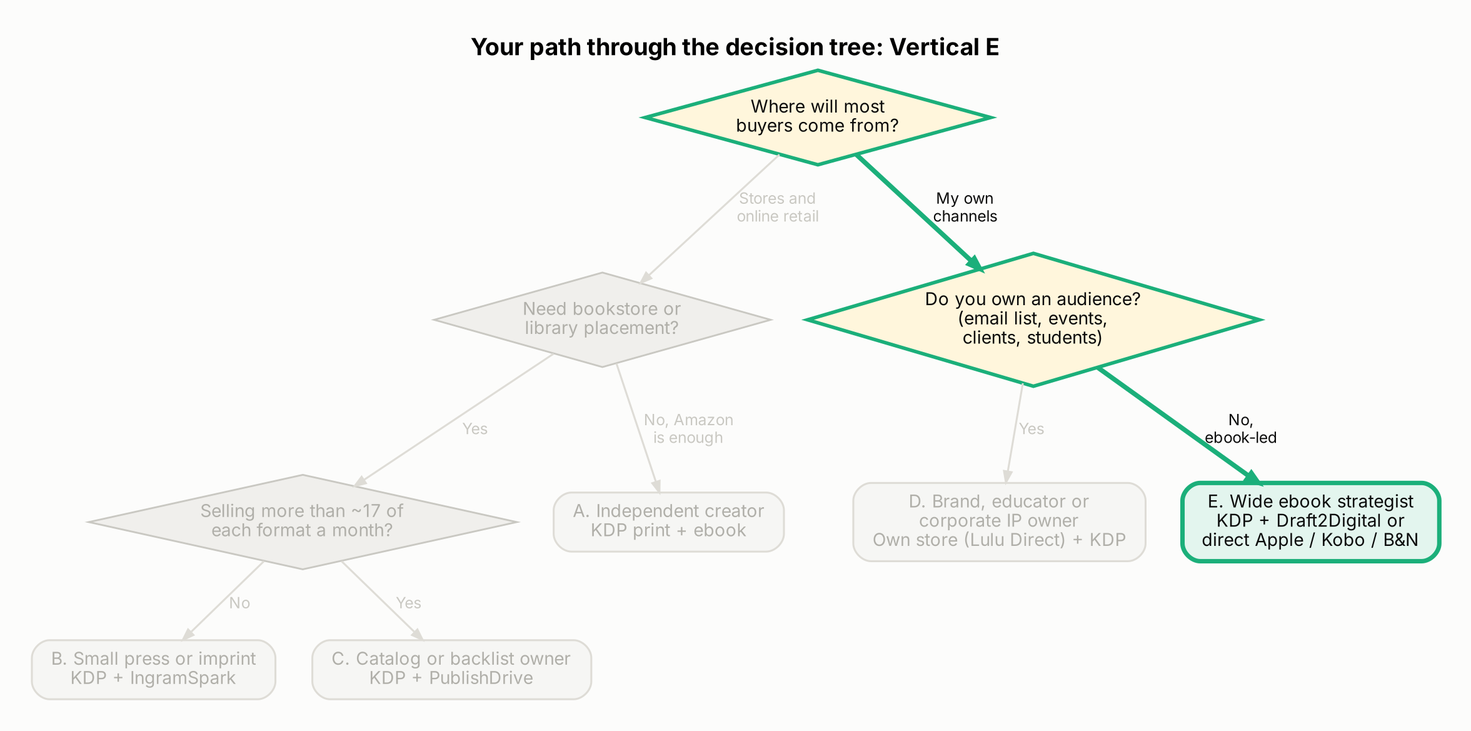
ShamarRobinson/ip-distribution-decision-verticals keeps this Graphviz diagram as diagrams/d2_path_E.png. Above is the earlier version. Its source is kept beside it as diagrams/d2_path_E.dot. Its diagram source:
```dot
digraph G { rankdir=TB; bgcolor="#fcfcfb"; pad=0.3; nodesep=0.35; ranksep=0.5;
labelloc=t; label=<<b>Your path through the decision tree: Vertical E</b>>; fontname="Inter"; fontsize=16;
node [fontname="Inter", fontsize=12, penwidth=1.3]; edge [fontname="Inter", fontsize=10.5, arrowsize=0.75];
q1 [label="Where will most
buyers come from?", shape=diamond, style=filled, fillcolor="#fff6dc", color="#1baf7a", fontcolor="#0b0b0b", margin="0.04,0.04", penwidth=2.4];
q2 [label="Need bookstore or
library placement?", shape=diamond, style=filled, fillcolor="#f0efec", color="#c9c8c2", fontcolor="#b0afa9", margin="0.04,0.04", penwidth=1.2];
q3 [label="Selling more than ~17 of
each format a month?", shape=diamond, style=filled, fillcolor="#f0efec", color="#c9c8c2", fontcolor="#b0afa9", margin="0.04,0.04", penwidth=1.2];
q4 [label="Do you own an audience?
(email list, events,
clients, students)", shape=diamond, style=filled, fillcolor="#fff6dc", color="#1baf7a", fontcolor="#0b0b0b", margin="0.04,0.04", penwidth=2.4];
A [label="A. Independent creator
KDP print + ebook", shape=box, style="rounded,filled", fillcolor="#f6f6f4", color="#dedcd6", fontcolor="#b0afa9", margin="0.18,0.1", penwidth=1.3];
B [label="B. Small press or imprint
KDP + IngramSpark", shape=box, style="rounded,filled", fillcolor="#f6f6f4", color="#dedcd6", fontcolor="#b0afa9", margin="0.18,0.1", penwidth=1.3];
C [label="C. Catalog or backlist owner
KDP + PublishDrive", shape=box, style="rounded,filled", fillcolor="#f6f6f4", color="#dedcd6", fontcolor="#b0afa9", margin="0.18,0.1", penwidth=1.3];
D [label="D. Brand, educator or
corporate IP owner
Own store (Lulu Direct) + KDP", shape=box, style="rounded,filled", fillcolor="#f6f6f4", color="#dedcd6", fontcolor="#b0afa9", margin="0.18,0.1", penwidth=1.3];
E [label="E. Wide ebook strategist
KDP + Draft2Digital or
direct Apple / Kobo / B&N", shape=box, style="rounded,filled", fillcolor="#e3f5ee", color="#1baf7a", fontcolor="#0b0b0b", margin="0.18,0.1", penwidth=3];
q1 -> q2 [label="Stores and
online retail", color="#dedcd6", fontcolor="#c9c8c2", penwidth=1.3];
q1 -> q4 [label="My own
channels", color="#1baf7a", fontcolor="#0b0b0b", penwidth=3.2];
q2 -> A [label="No, Amazon
is enough", color="#dedcd6", fontcolor="#c9c8c2", penwidth=1.3];
q2 -> q3 [label="Yes", color="#dedcd6", fontcolor="#c9c8c2", penwidth=1.3];
q3 -> B [label="No", color="#dedcd6", fontcolor="#c9c8c2", penwidth=1.3];
q3 -> C [label="Yes", color="#dedcd6", fontcolor="#c9c8c2", penwidth=1.3];
q4 -> D [label="Yes", color="#dedcd6", fontcolor="#c9c8c2", penwidth=1.3];
q4 -> E [label="No,
ebook-led", color="#1baf7a", fontcolor="#0b0b0b", penwidth=3.2];
}
```
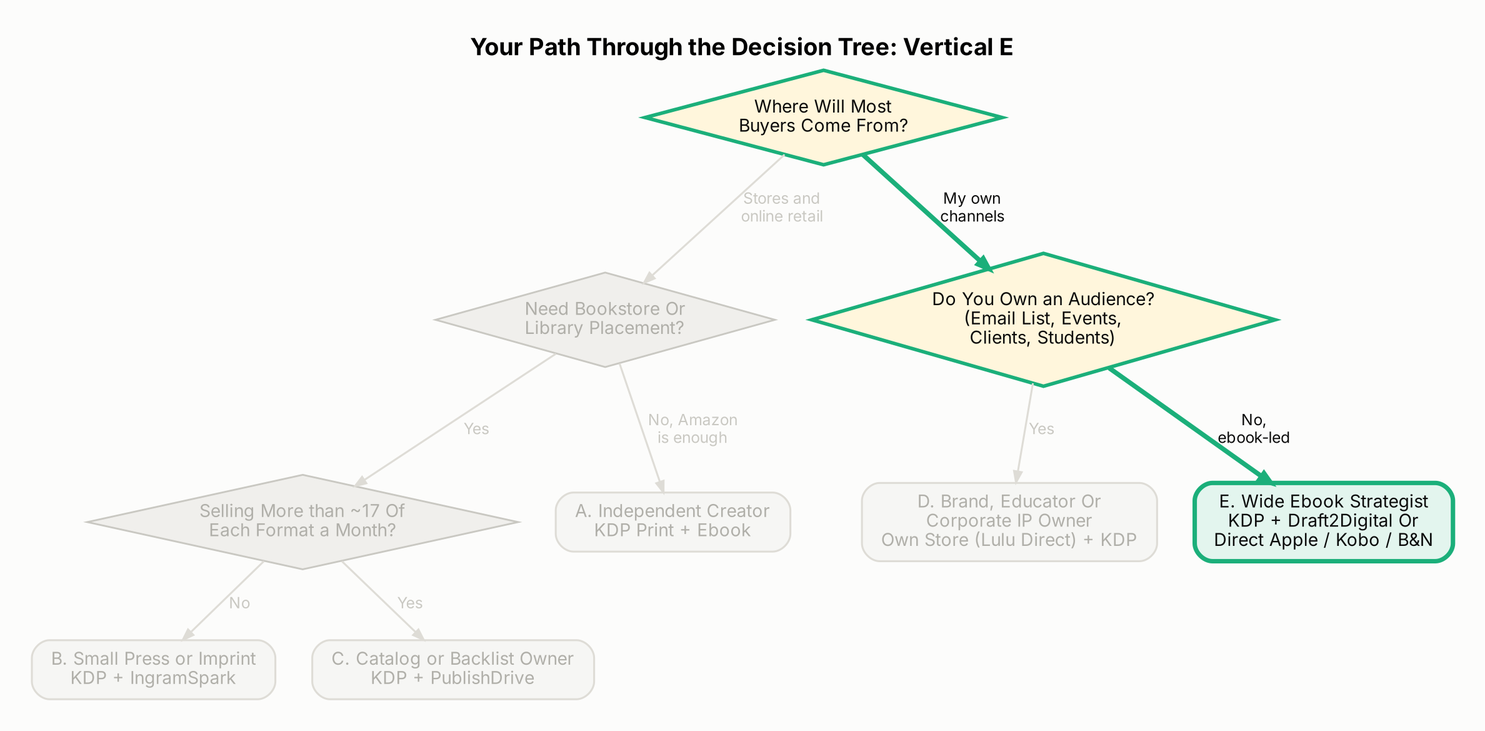
After the change.

Diff of the diagram source:
```diff
@@ -1,27 +1,27 @@
 digraph G { rankdir=TB; bgcolor="#fcfcfb"; pad=0.3; nodesep=0.35; ranksep=0.5;
-labelloc=t; label=<<b>Your path through the decision tree: Vertical E</b>>; fontname="Inter"; fontsize=16;
+labelloc=t; label=<<b>Your Path Through the Decision Tree: Vertical E</b>>; fontname="Inter"; fontsize=16;
 node [fontname="Inter", fontsize=12, penwidth=1.3]; edge [fontname="Inter", fontsize=10.5, arrowsize=0.75];
-q1 [label="Where will most
-buyers come from?", shape=diamond, style=filled, fillcolor="#fff6dc", color="#1baf7a", fontcolor="#0b0b0b", margin="0.04,0.04", penwidth=2.4];
-q2 [label="Need bookstore or
-library placement?", shape=diamond, style=filled, fillcolor="#f0efec", color="#c9c8c2", fontcolor="#b0afa9", margin="0.04,0.04", penwidth=1.2];
-q3 [label="Selling more than ~17 of
-each format a month?", shape=diamond, style=filled, fillcolor="#f0efec", color="#c9c8c2", fontcolor="#b0afa9", margin="0.04,0.04", penwidth=1.2];
-q4 [label="Do you own an audience?
-(email list, events,
-clients, students)", shape=diamond, style=filled, fillcolor="#fff6dc", color="#1baf7a", fontcolor="#0b0b0b", margin="0.04,0.04", penwidth=2.4];
-A [label="A. Independent creator
-KDP print + ebook", shape=box, style="rounded,filled", fillcolor="#f6f6f4", color="#dedcd6", fontcolor="#b0afa9", margin="0.18,0.1", penwidth=1.3];
-B [label="B. Small press or imprint
+q1 [label="Where Will Most
+Buyers Come From?", shape=diamond, style=filled, fillcolor="#fff6dc", color="#1baf7a", fontcolor="#0b0b0b", margin="0.04,0.04", penwidth=2.4];
+q2 [label="Need Bookstore Or
+Library Placement?", shape=diamond, style=filled, fillcolor="#f0efec", color="#c9c8c2", fontcolor="#b0afa9", margin="0.04,0.04", penwidth=1.2];
+q3 [label="Selling More than ~17 Of
+Each Format a Month?", shape=diamond, style=filled, fillcolor="#f0efec", color="#c9c8c2", fontcolor="#b0afa9", margin="0.04,0.04", penwidth=1.2];
+q4 [label="Do You Own an Audience?
+(Email List, Events,
+Clients, Students)", shape=diamond, style=filled, fillcolor="#fff6dc", color="#1baf7a", fontcolor="#0b0b0b", margin="0.04,0.04", penwidth=2.4];
+A [label="A. Independent Creator
+KDP Print + Ebook", shape=box, style="rounded,filled", fillcolor="#f6f6f4", color="#dedcd6", fontcolor="#b0afa9", margin="0.18,0.1", penwidth=1.3];
+B [label="B. Small Press or Imprint
 KDP + IngramSpark", shape=box, style="rounded,filled", fillcolor="#f6f6f4", color="#dedcd6", fontcolor="#b0afa9", margin="0.18,0.1", penwidth=1.3];
-C [label="C. Catalog or backlist owner
+C [label="C. Catalog or Backlist Owner
 KDP + PublishDrive", shape=box, style="rounded,filled", fillcolor="#f6f6f4", color="#dedcd6", fontcolor="#b0afa9", margin="0.18,0.1", penwidth=1.3];
-D [label="D. Brand, educator or
-corporate IP owner
-Own store (Lulu Direct) + KDP", shape=box, style="rounded,filled", fillcolor="#f6f6f4", color="#dedcd6", fontcolor="#b0afa9", margin="0.18,0.1", penwidth=1.3];
-E [label="E. Wide ebook strategist
-KDP + Draft2Digital or
-direct Apple / Kobo / B&N", shape=box, style="rounded,filled", fillcolor="#e3f5ee", color="#1baf7a", fontcolor="#0b0b0b", margin="0.18,0.1", penwidth=3];
+D [label="D. Brand, Educator Or
+Corporate IP Owner
+Own Store (Lulu Direct) + KDP", shape=box, style="rounded,filled", fillcolor="#f6f6f4", color="#dedcd6", fontcolor="#b0afa9", margin="0.18,0.1", penwidth=1.3];
+E [label="E. Wide Ebook Strategist
+KDP + Draft2Digital Or
+Direct Apple / Kobo / B&N", shape=box, style="rounded,filled", fillcolor="#e3f5ee", color="#1baf7a", fontcolor="#0b0b0b", margin="0.18,0.1", penwidth=3];
 q1 -> q2 [label="Stores and
 online retail", color="#dedcd6", fontcolor="#c9c8c2", penwidth=1.3];
 q1 -> q4 [label="My own
```
